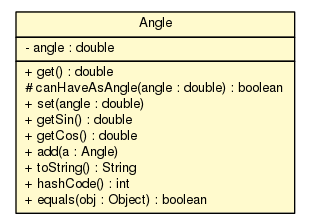
Before: doc/world/physics/geometry/Angle.png, a diagram exported from Graphviz (sinopeus/asteroids). Its source is kept beside it as doc/world/physics/geometry/Angle.dot. Source of this version:
```dot

digraph G {
	edge [fontname="Helvetica",fontsize=10,labelfontname="Helvetica",labelfontsize=10];
	node [fontname="Helvetica",fontsize=10,shape=plaintext];
	nodesep=0.25;
	ranksep=0.5;
	c3253 [label=<<table title="world.physics.geometry.Angle" border="0" cellborder="1" cellspacing="0" cellpadding="2" port="p" bgcolor="lemonChiffon" href="./Angle.html">
		<tr><td><table border="0" cellspacing="0" cellpadding="1">
<tr><td align="center" balign="center"> Angle </td></tr>
		</table></td></tr>
		<tr><td><table border="0" cellspacing="0" cellpadding="1">
<tr><td align="left" balign="left"> - angle : double </td></tr>
		</table></td></tr>
		<tr><td><table border="0" cellspacing="0" cellpadding="1">
<tr><td align="left" balign="left"> + get() : double </td></tr>
<tr><td align="left" balign="left"> # canHaveAsAngle(angle : double) : boolean </td></tr>
<tr><td align="left" balign="left"> + set(angle : double) </td></tr>
<tr><td align="left" balign="left"> + getSin() : double </td></tr>
<tr><td align="left" balign="left"> + getCos() : double </td></tr>
<tr><td align="left" balign="left"> + add(a : Angle) </td></tr>
<tr><td align="left" balign="left"> + toString() : String </td></tr>
<tr><td align="left" balign="left"> + hashCode() : int </td></tr>
<tr><td align="left" balign="left"> + equals(obj : Object) : boolean </td></tr>
		</table></td></tr>
		</table>>, URL="./Angle.html", fontname="Helvetica", fontcolor="black", fontsize=10.0];
}
```
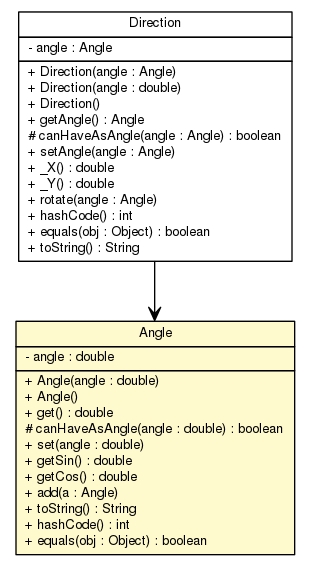
The same diagram one commit later.

Diff of the diagram source:
```diff
@@ -4,7 +4,7 @@
 	node [fontname="Helvetica",fontsize=10,shape=plaintext];
 	nodesep=0.25;
 	ranksep=0.5;
-	c3253 [label=<<table title="world.physics.geometry.Angle" border="0" cellborder="1" cellspacing="0" cellpadding="2" port="p" bgcolor="lemonChiffon" href="./Angle.html">
+	c3264 [label=<<table title="world.physics.geometry.Angle" border="0" cellborder="1" cellspacing="0" cellpadding="2" port="p" bgcolor="lemonChiffon" href="./Angle.html">
 		<tr><td><table border="0" cellspacing="0" cellpadding="1">
 <tr><td align="center" balign="center"> Angle </td></tr>
 		</table></td></tr>
@@ -12,6 +12,8 @@
 <tr><td align="left" balign="left"> - angle : double </td></tr>
 		</table></td></tr>
 		<tr><td><table border="0" cellspacing="0" cellpadding="1">
+<tr><td align="left" balign="left"> + Angle(angle : double) </td></tr>
+<tr><td align="left" balign="left"> + Angle() </td></tr>
 <tr><td align="left" balign="left"> + get() : double </td></tr>
 <tr><td align="left" balign="left"> # canHaveAsAngle(angle : double) : boolean </td></tr>
 <tr><td align="left" balign="left"> + set(angle : double) </td></tr>
@@ -23,4 +25,27 @@
 <tr><td align="left" balign="left"> + equals(obj : Object) : boolean </td></tr>
 		</table></td></tr>
 		</table>>, URL="./Angle.html", fontname="Helvetica", fontcolor="black", fontsize=10.0];
+	c3267 [label=<<table title="world.physics.vector.Direction" border="0" cellborder="1" cellspacing="0" cellpadding="2" port="p" href="../vector/Direction.html">
+		<tr><td><table border="0" cellspacing="0" cellpadding="1">
+<tr><td align="center" balign="center"> Direction </td></tr>
+		</table></td></tr>
+		<tr><td><table border="0" cellspacing="0" cellpadding="1">
+<tr><td align="left" balign="left"> - angle : Angle </td></tr>
+		</table></td></tr>
+		<tr><td><table border="0" cellspacing="0" cellpadding="1">
+<tr><td align="left" balign="left"> + Direction(angle : Angle) </td></tr>
+<tr><td align="left" balign="left"> + Direction(angle : double) </td></tr>
+<tr><td align="left" balign="left"> + Direction() </td></tr>
+<tr><td align="left" balign="left"> + getAngle() : Angle </td></tr>
+<tr><td align="left" balign="left"> # canHaveAsAngle(angle : Angle) : boolean </td></tr>
+<tr><td align="left" balign="left"> + setAngle(angle : Angle) </td></tr>
+<tr><td align="left" balign="left"> + _X() : double </td></tr>
+<tr><td align="left" balign="left"> + _Y() : double </td></tr>
+<tr><td align="left" balign="left"> + rotate(angle : Angle) </td></tr>
+<tr><td align="left" balign="left"> + hashCode() : int </td></tr>
+<tr><td align="left" balign="left"> + equals(obj : Object) : boolean </td></tr>
+<tr><td align="left" balign="left"> + toString() : String </td></tr>
+		</table></td></tr>
+		</table>>, URL="../vector/Direction.html", fontname="Helvetica", fontcolor="black", fontsize=10.0];
+	c3267:p -> c3264:p [taillabel="", label="", headlabel="", fontname="Helvetica", fontcolor="black", fontsize=10.0, color="black", arrowhead=open];
 }
```
